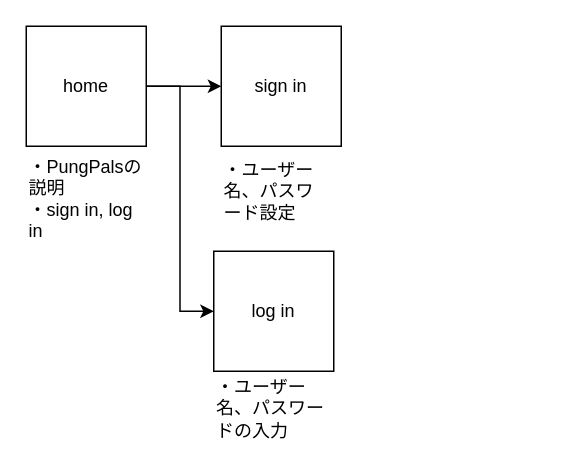
Earlier version of the draw.io diagram PungPals_screen.drawio (kechigon/PungPals). Source tidied: cells renumbered, new cells numbered last; positions are measured from the earlier drawing's top-left corner, leaving out a move shared by most shapes. Both pictures are drawn from the tidied source at 150%, with x=0, y=0 at pixel (26, 26).
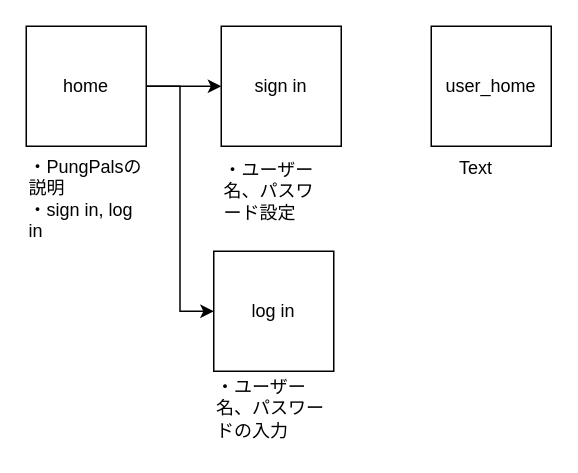
Above is the later version.

Commit message:
PungPals_screen.drawio を更新します

What changed in the source:
```diff
@@
 <mxGraphModel>
   <root>
     <mxCell id="0" />
     <mxCell id="1" parent="0" />
     <mxCell id="2" style="edgeStyle=orthogonalEdgeStyle;rounded=0;jettySize=auto;html=1;entryX=0;entryY=0.5;entryDx=0;entryDy=0;" parent="1" edge="1" source="4" target="6">
       <mxGeometry relative="1" as="geometry" />
     </mxCell>
     <mxCell id="3" style="edgeStyle=orthogonalEdgeStyle;rounded=0;jettySize=auto;html=1;entryX=0;entryY=0.5;entryDx=0;entryDy=0;" parent="1" edge="1" source="4" target="8">
       <mxGeometry relative="1" as="geometry" />
     </mxCell>
     <mxCell id="4" value="home" style="whiteSpace=wrap;html=1;" parent="1" vertex="1">
       <mxGeometry width="80" height="80" as="geometry" />
     </mxCell>
     <mxCell id="5" value="・PungPalsの説明&lt;br&gt;・sign in, log in" style="text;html=1;strokeColor=none;fillColor=none;align=left;verticalAlign=top;whiteSpace=wrap;rounded=0;" parent="1" vertex="1">
       <mxGeometry y="80" width="80" height="70" as="geometry" />
     </mxCell>
     <mxCell id="6" value="sign in" style="whiteSpace=wrap;html=1;" parent="1" vertex="1">
       <mxGeometry x="130" width="80" height="80" as="geometry" />
     </mxCell>
     <mxCell id="7" value="・ユーザー名、パスワード設定" style="text;html=1;strokeColor=none;fillColor=none;align=left;verticalAlign=middle;whiteSpace=wrap;rounded=0;" parent="1" vertex="1">
       <mxGeometry x="130" y="80" width="70" height="60" as="geometry" />
     </mxCell>
     <mxCell id="8" value="log in" style="whiteSpace=wrap;html=1;" parent="1" vertex="1">
       <mxGeometry x="125" y="150" width="80" height="80" as="geometry" />
     </mxCell>
     <mxCell id="9" value="・ユーザー名、パスワードの入力" style="text;html=1;strokeColor=none;fillColor=none;align=left;verticalAlign=middle;whiteSpace=wrap;rounded=0;" parent="1" vertex="1">
       <mxGeometry x="125" y="230" width="75" height="50" as="geometry" />
     </mxCell>
+    <mxCell id="10" value="user_home" style="whiteSpace=wrap;html=1;" parent="1" vertex="1">
+      <mxGeometry x="270" width="80" height="80" as="geometry" />
+    </mxCell>
+    <mxCell id="11" value="Text" style="text;html=1;strokeColor=none;fillColor=none;align=center;verticalAlign=middle;whiteSpace=wrap;rounded=0;" parent="1" vertex="1">
+      <mxGeometry x="270" y="80" width="60" height="30" as="geometry" />
+    </mxCell>
   </root>
 </mxGraphModel>
```
